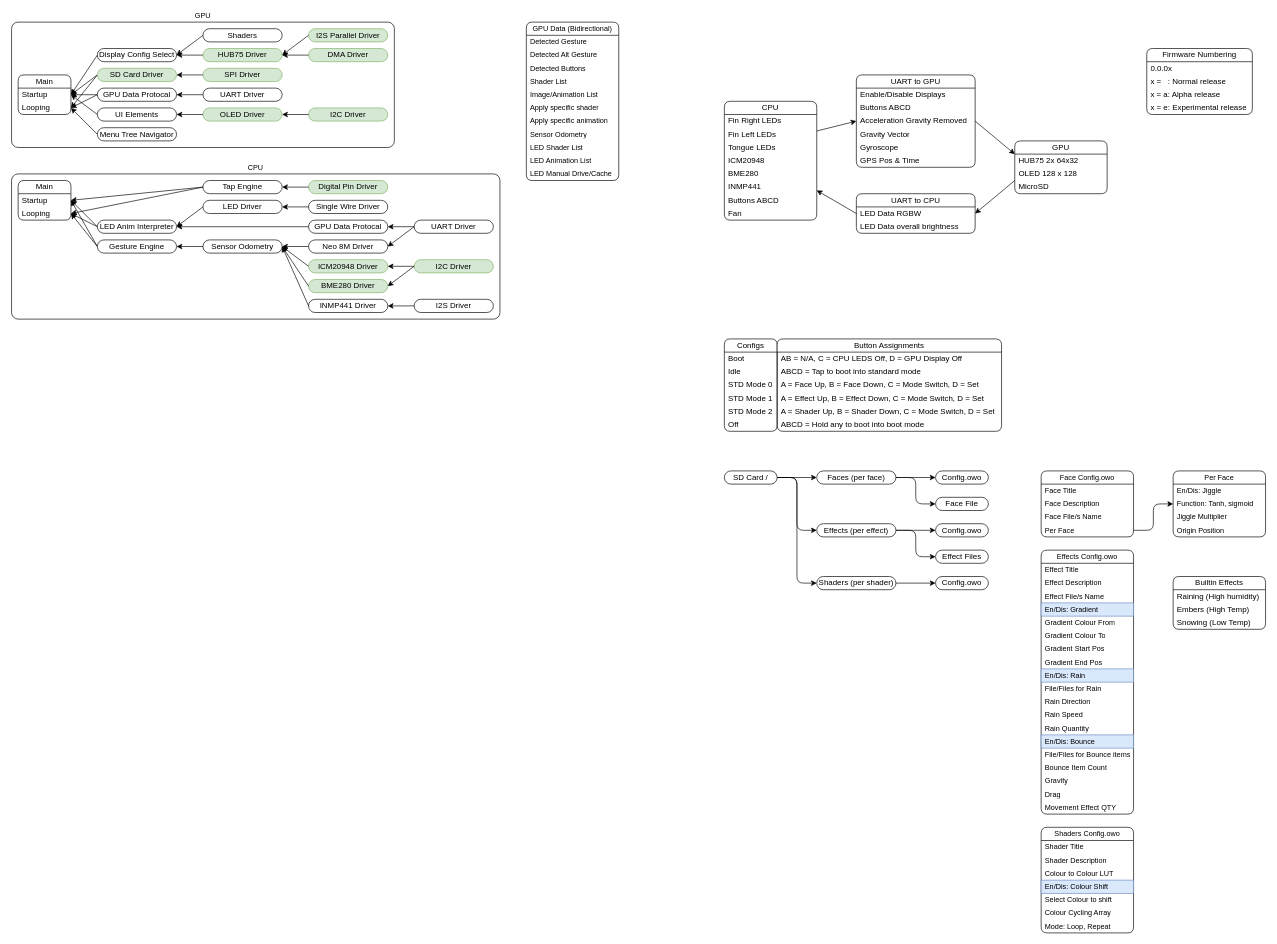
This is page "Alpha Release Stack" (5 of 7) of Documents/Software Diagram (DX.3).drawio from Cyberspecies/Synth-Head, a draw.io file, before an edit. Source tidied: cells renumbered, new cells numbered last; positions are measured from the earlier drawing's top-left corner, leaving out a move shared by most shapes. Both pictures are drawn from the tidied source at 66%, with x=0, y=0 at pixel (11, 22).
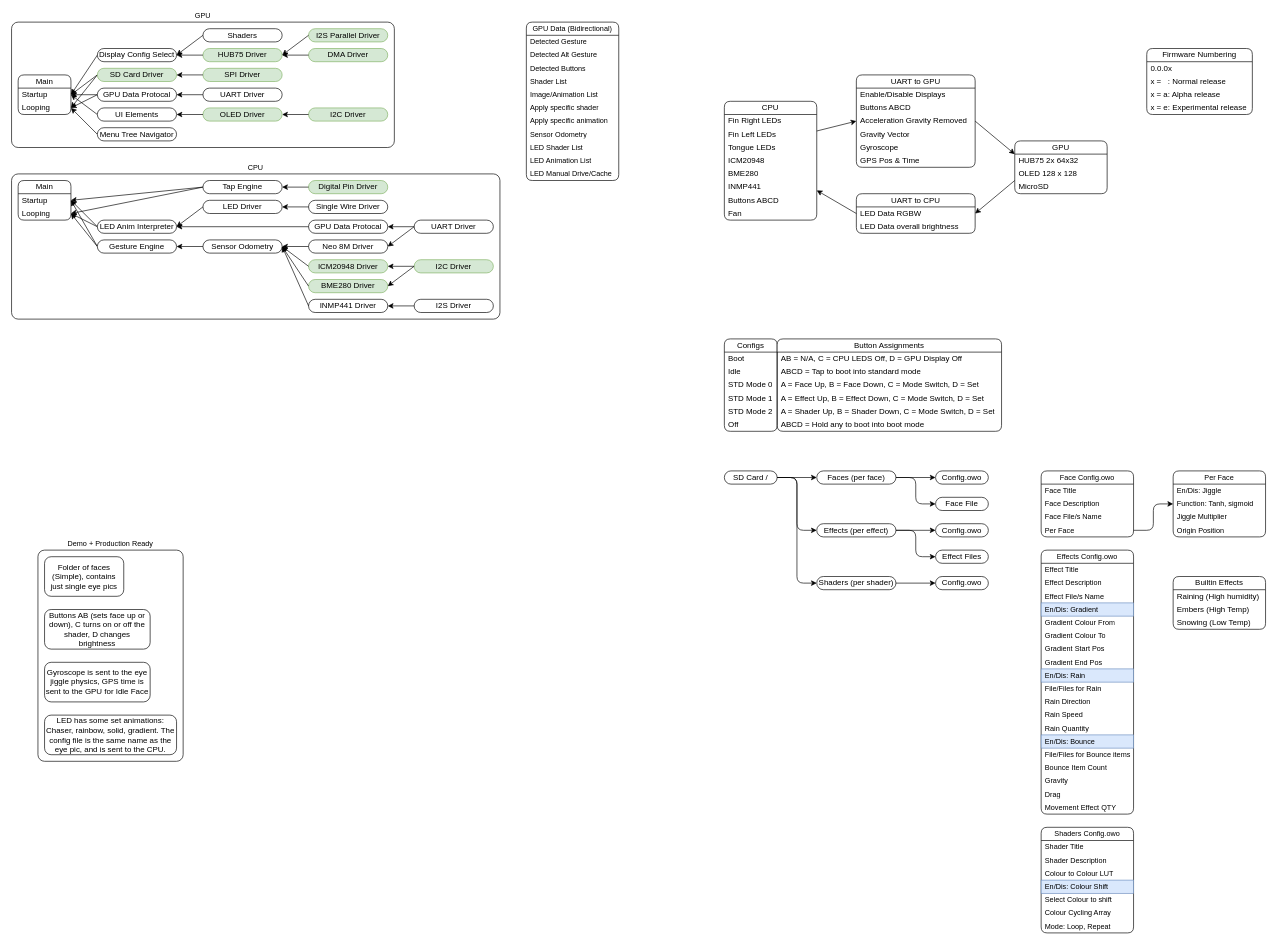
The same page after the edit.

Commit message:
Added Demo & Production ready simple software

Diff of the diagram source:
```diff
@@
+    <mxCell id="191" value="Demo + Production Ready" style="rounded=1;whiteSpace=wrap;html=1;fontFamily=Helvetica;fontSize=11;fontColor=default;labelBackgroundColor=default;absoluteArcSize=1;labelPosition=center;verticalLabelPosition=top;align=center;verticalAlign=bottom;" parent="1" vertex="1">
+      <mxGeometry x="40" y="800" width="220" height="320" as="geometry" />
+    </mxCell>
+    <mxCell id="192" value="Folder of faces (Simple), contains just single eye pics" style="rounded=1;whiteSpace=wrap;html=1;absoluteArcSize=1;" parent="191" vertex="1">
+      <mxGeometry x="10" y="10" width="120" height="60" as="geometry" />
+    </mxCell>
+    <mxCell id="193" value="Buttons AB (sets face up or down), C turns on or off the shader, D changes brightness" style="rounded=1;whiteSpace=wrap;html=1;absoluteArcSize=1;" parent="191" vertex="1">
+      <mxGeometry x="10" y="90" width="160" height="60" as="geometry" />
+    </mxCell>
+    <mxCell id="194" value="Gyroscope is sent to the eye jiggle physics, GPS time is sent to the GPU for Idle Face" style="rounded=1;whiteSpace=wrap;html=1;absoluteArcSize=1;" parent="191" vertex="1">
+      <mxGeometry x="10" y="170" width="160" height="60" as="geometry" />
+    </mxCell>
+    <mxCell id="195" value="LED has some set animations: Chaser, rainbow, solid, gradient. The config file is the same name as the eye pic, and is sent to the CPU." style="rounded=1;whiteSpace=wrap;html=1;absoluteArcSize=1;" parent="191" vertex="1">
+      <mxGeometry x="10" y="250" width="200" height="60" as="geometry" />
+    </mxCell>
```
